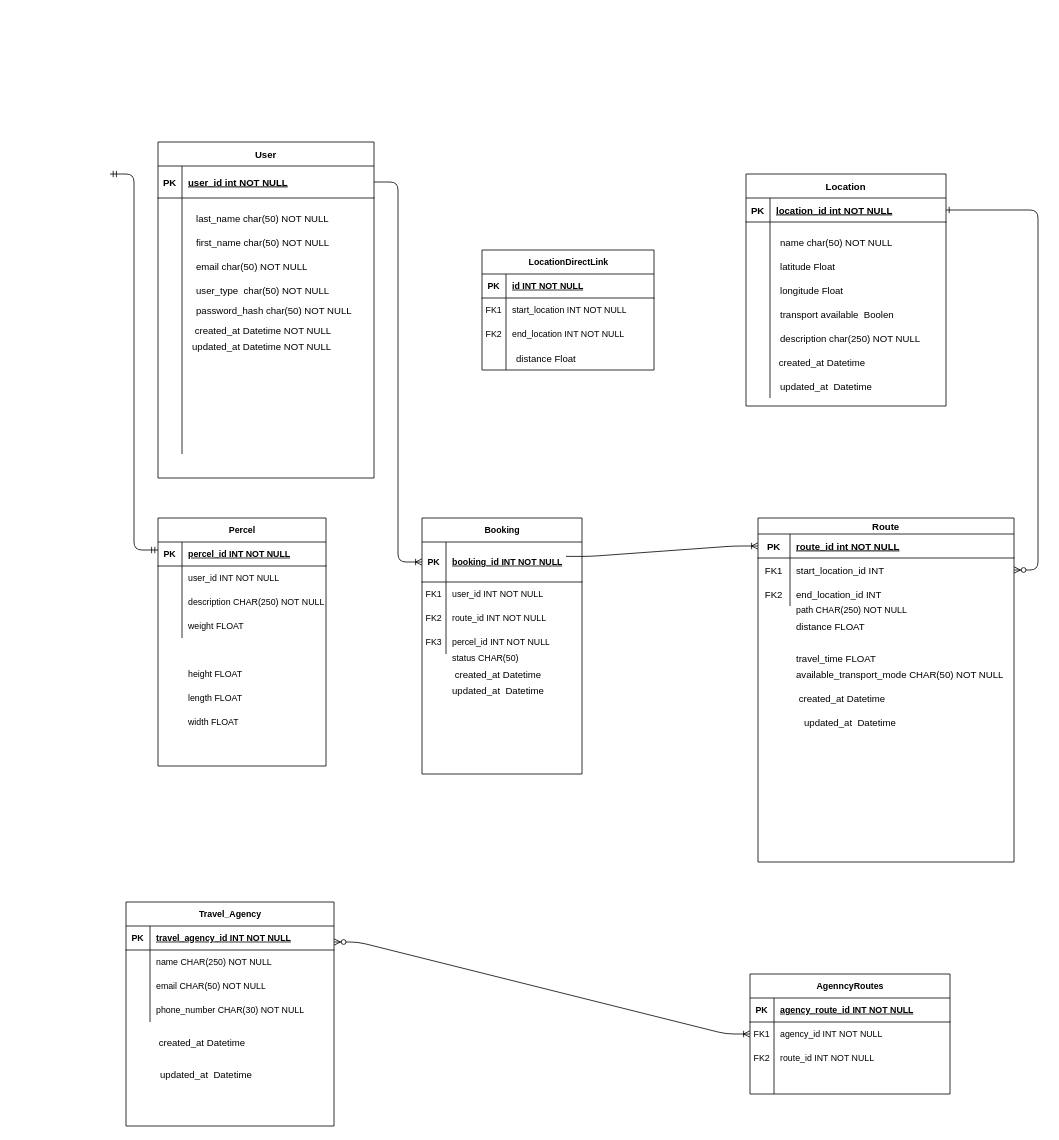
The draw.io diagram Untitled Diagram.drawio in OumaSylvester/NewspaperApp, before the edit. Source tidied: cells renumbered, new cells numbered last; positions are measured from the earlier drawing's top-left corner, leaving out a move shared by most shapes. Both pictures are drawn from the tidied source at 80%, with x=0, y=0 at pixel (110, 142).
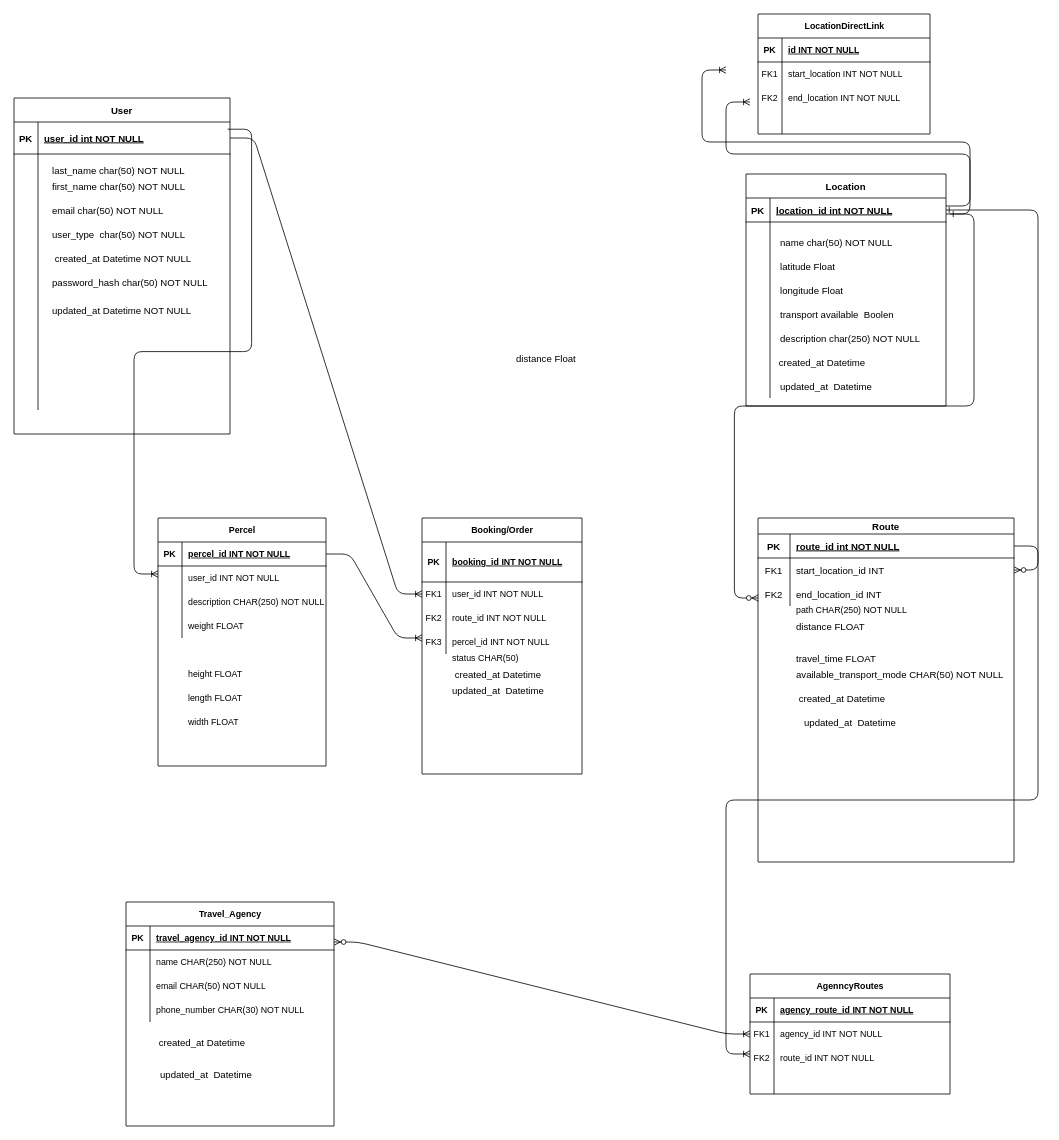
After the change.

The change refers to these unchanged cells:
```xml
<mxCell id="14" style="shape=partialRectangle;fillColor=none;points=[[0,0.5],[1,0.5]];portConstraint=eastwest;top=0;left=0;right=0;bottom=1;" parent="13" vertex="1">
  <mxGeometry y="20" width="320" height="30" as="geometry" />
</mxCell>
<mxCell id="24" style="shape=partialRectangle;fillColor=none;points=[[0,0.5],[1,0.5]];portConstraint=eastwest;top=0;left=0;right=0;bottom=1;" parent="23" vertex="1">
  <mxGeometry y="30" width="270" height="40" as="geometry" />
</mxCell>
<mxCell id="47" style="shape=tableRow;horizontal=0;startSize=0;swimlaneHead=0;swimlaneBody=0;fillColor=none;points=[[0,0.5],[1,0.5]];portConstraint=eastwest;top=0;left=0;right=0;bottom=1;fontFamily=Helvetica;fontSize=11;fontColor=default;labelBackgroundColor=default;" parent="46" vertex="1">
  <mxGeometry y="30" width="200" height="50" as="geometry" />
</mxCell>
<mxCell id="50" style="shape=tableRow;horizontal=0;startSize=0;swimlaneHead=0;swimlaneBody=0;fillColor=none;points=[[0,0.5],[1,0.5]];portConstraint=eastwest;top=0;left=0;right=0;bottom=0;fontFamily=Helvetica;fontSize=11;fontColor=default;labelBackgroundColor=default;" parent="46" vertex="1">
  <mxGeometry y="80" width="200" height="30" as="geometry" />
</mxCell>
<mxCell id="65" style="shape=tableRow;horizontal=0;startSize=0;swimlaneHead=0;swimlaneBody=0;fillColor=none;points=[[0,0.5],[1,0.5]];portConstraint=eastwest;top=0;left=0;right=0;bottom=1;fontFamily=Helvetica;fontSize=11;fontColor=default;labelBackgroundColor=default;" parent="64" vertex="1">
  <mxGeometry y="30" width="210" height="30" as="geometry" />
</mxCell>
```

Change to the diagram source:
```diff
@@
     <mxCell id="23" value="User" style="shape=table;startSize=30;childLayout=tableLayout;rowLines=0;fontStyle=1;align=center;" parent="1" vertex="1">
-      <mxGeometry x="60" width="270" height="420" as="geometry" />
+      <mxGeometry x="-120" y="-55" width="270" height="420" as="geometry" />
     </mxCell>
@@
     <mxCell id="30" value="last_name char(50) NOT NULL" style="shape=partialRectangle;overflow=hidden;fillColor=none;top=0;left=0;bottom=0;right=0;align=left;spacingLeft=6;" parent="1" vertex="1">
-      <mxGeometry x="100" y="80" width="220" height="30" as="geometry" />
+      <mxGeometry x="-80" y="20" width="220" height="30" as="geometry" />
     </mxCell>
     <mxCell id="31" value="email char(50) NOT NULL" style="shape=partialRectangle;overflow=hidden;fillColor=none;top=0;left=0;bottom=0;right=0;align=left;spacingLeft=6;" parent="1" vertex="1">
-      <mxGeometry x="100" y="140" width="210" height="30" as="geometry" />
+      <mxGeometry x="-80" y="70" width="210" height="30" as="geometry" />
     </mxCell>
     <mxCell id="32" value="user_type  char(50) NOT NULL" style="shape=partialRectangle;overflow=hidden;fillColor=none;top=0;left=0;bottom=0;right=0;align=left;spacingLeft=6;" parent="1" vertex="1">
-      <mxGeometry x="100" y="170" width="220" height="30" as="geometry" />
+      <mxGeometry x="-80" y="100" width="220" height="30" as="geometry" />
     </mxCell>
     <mxCell id="33" value="password_hash char(50) NOT NULL" style="shape=partialRectangle;overflow=hidden;fillColor=none;top=0;left=0;bottom=0;right=0;align=left;spacingLeft=6;" parent="1" vertex="1">
-      <mxGeometry x="100" y="195" width="220" height="30" as="geometry" />
+      <mxGeometry x="-80" y="160" width="220" height="30" as="geometry" />
     </mxCell>
     <mxCell id="34" value="first_name char(50) NOT NULL" style="shape=partialRectangle;overflow=hidden;fillColor=none;top=0;left=0;bottom=0;right=0;align=left;spacingLeft=6;" parent="1" vertex="1">
-      <mxGeometry x="100" y="110" width="220" height="30" as="geometry" />
+      <mxGeometry x="-80" y="40" width="220" height="30" as="geometry" />
     </mxCell>
     <mxCell id="35" value="updated_at Datetime NOT NULL" style="shape=partialRectangle;overflow=hidden;fillColor=none;top=0;left=0;bottom=0;right=0;align=left;spacingLeft=6;" parent="1" vertex="1">
-      <mxGeometry x="95" y="240" width="220" height="30" as="geometry" />
+      <mxGeometry x="-80" y="195" width="220" height="30" as="geometry" />
     </mxCell>
@@
-    <mxCell id="46" value="Booking" style="shape=table;startSize=30;childLayout=tableLayout;rowLines=0;fontStyle=1;align=center;html=1;fontFamily=Helvetica;fontSize=11;fontColor=default;labelBackgroundColor=default;" parent="1" vertex="1">
+    <mxCell id="46" value="Booking/Order" style="shape=table;startSize=30;childLayout=tableLayout;rowLines=0;fontStyle=1;align=center;html=1;fontFamily=Helvetica;fontSize=11;fontColor=default;labelBackgroundColor=default;" parent="1" vertex="1">
       <mxGeometry x="390" y="470" width="200" height="320" as="geometry" />
     </mxCell>
@@
     <mxCell id="108" value=" created_at Datetime NOT NULL" style="shape=partialRectangle;overflow=hidden;fillColor=none;top=0;left=0;bottom=0;right=0;align=left;spacingLeft=6;" parent="1" vertex="1">
-      <mxGeometry x="95" y="220" width="220" height="30" as="geometry" />
+      <mxGeometry x="-80" y="130" width="220" height="30" as="geometry" />
     </mxCell>
@@
-    <mxCell id="110" style="edgeStyle=entityRelationEdgeStyle;fontSize=12;html=1;endArrow=ERmandOne;startArrow=ERmandOne;rounded=1;strokeColor=default;align=center;verticalAlign=middle;fontFamily=Helvetica;fontColor=default;labelBackgroundColor=default;" parent="1" edge="1">
-      <mxGeometry relative="1" as="geometry">
-        <mxPoint y="40" as="sourcePoint" />
-        <mxPoint x="60" y="510" as="targetPoint" />
-      </mxGeometry>
-    </mxCell>
-    <mxCell id="111" style="edgeStyle=entityRelationEdgeStyle;fontSize=12;html=1;endArrow=ERoneToMany;rounded=1;strokeColor=default;align=center;verticalAlign=middle;fontFamily=Helvetica;fontColor=default;labelBackgroundColor=default;entryX=0;entryY=0.5;entryDx=0;entryDy=0;" parent="1" edge="1" target="47">
-      <mxGeometry relative="1" as="geometry">
-        <mxPoint x="330" y="50" as="sourcePoint" />
-      </mxGeometry>
+    <mxCell id="111" style="edgeStyle=entityRelationEdgeStyle;fontSize=12;html=1;endArrow=ERoneToMany;rounded=1;strokeColor=default;align=center;verticalAlign=middle;fontFamily=Helvetica;fontColor=default;labelBackgroundColor=default;entryX=0;entryY=0.5;entryDx=0;entryDy=0;exitX=1;exitY=0.5;exitDx=0;exitDy=0;" parent="1" edge="1" source="24" target="50">
+      <mxGeometry relative="1" as="geometry" />
     </mxCell>
-    <mxCell id="112" style="edgeStyle=entityRelationEdgeStyle;fontSize=12;html=1;endArrow=ERoneToMany;rounded=1;strokeColor=default;align=center;verticalAlign=middle;fontFamily=Helvetica;fontColor=default;labelBackgroundColor=default;entryX=0;entryY=0.5;entryDx=0;entryDy=0;" parent="1" edge="1" target="14">
-      <mxGeometry relative="1" as="geometry">
-        <mxPoint x="570" y="518" as="sourcePoint" />
-        <Array as="points">
-          <mxPoint x="590" y="520" />
-        </Array>
-      </mxGeometry>
-    </mxCell>
     <mxCell id="113" value="LocationDirectLink" style="shape=table;startSize=30;childLayout=tableLayout;rowLines=0;fontStyle=1;align=center;html=1;fontFamily=Helvetica;fontSize=11;fontColor=default;labelBackgroundColor=default;" parent="1" vertex="1">
-      <mxGeometry x="465" y="135" width="215" height="150" as="geometry" />
+      <mxGeometry x="810" y="-160" width="215" height="150" as="geometry" />
     </mxCell>
@@
+    <mxCell id="130" style="edgeStyle=entityRelationEdgeStyle;fontSize=12;html=1;endArrow=ERoneToMany;rounded=1;strokeColor=default;align=center;verticalAlign=middle;fontFamily=Helvetica;fontColor=default;labelBackgroundColor=default;exitX=1;exitY=0.5;exitDx=0;exitDy=0;" parent="1" edge="1" source="65">
+      <mxGeometry relative="1" as="geometry">
+        <mxPoint x="390" y="620" as="targetPoint" />
+      </mxGeometry>
+    </mxCell>
+    <mxCell id="131" style="edgeStyle=entityRelationEdgeStyle;fontSize=12;html=1;endArrow=ERoneToMany;rounded=1;strokeColor=default;align=center;verticalAlign=middle;fontFamily=Helvetica;fontColor=default;labelBackgroundColor=default;exitX=0.989;exitY=0.225;exitDx=0;exitDy=0;exitPerimeter=0;" parent="1" edge="1" source="24">
+      <mxGeometry relative="1" as="geometry">
+        <mxPoint x="60" y="540" as="targetPoint" />
+        <Array as="points">
+          <mxPoint y="40" />
+        </Array>
+      </mxGeometry>
+    </mxCell>
+    <mxCell id="132" style="edgeStyle=entityRelationEdgeStyle;endArrow=ERzeroToMany;startArrow=ERone;endFill=1;startFill=0;" parent="1" edge="1">
+      <mxGeometry relative="1" as="geometry">
+        <mxPoint x="1050" y="90" as="sourcePoint" />
+        <mxPoint x="810.5" y="570" as="targetPoint" />
+      </mxGeometry>
+    </mxCell>
+    <mxCell id="133" style="edgeStyle=entityRelationEdgeStyle;fontSize=12;html=1;endArrow=ERoneToMany;rounded=1;strokeColor=default;align=center;verticalAlign=middle;fontFamily=Helvetica;fontColor=default;labelBackgroundColor=default;exitX=1;exitY=0.5;exitDx=0;exitDy=0;" parent="1" edge="1" source="14">
+      <mxGeometry relative="1" as="geometry">
+        <mxPoint x="800" y="1140" as="targetPoint" />
+      </mxGeometry>
+    </mxCell>
+    <mxCell id="134" style="edgeStyle=entityRelationEdgeStyle;fontSize=12;html=1;endArrow=ERoneToMany;rounded=1;strokeColor=default;align=center;verticalAlign=middle;fontFamily=Helvetica;fontColor=default;labelBackgroundColor=default;" parent="1" edge="1">
+      <mxGeometry relative="1" as="geometry">
+        <mxPoint x="1045" y="80" as="sourcePoint" />
+        <mxPoint x="800" y="-50" as="targetPoint" />
+      </mxGeometry>
+    </mxCell>
+    <mxCell id="135" style="edgeStyle=entityRelationEdgeStyle;fontSize=12;html=1;endArrow=ERoneToMany;rounded=1;strokeColor=default;align=center;verticalAlign=middle;fontFamily=Helvetica;fontColor=default;labelBackgroundColor=default;" parent="1" edge="1">
+      <mxGeometry relative="1" as="geometry">
+        <mxPoint x="1045" y="90" as="sourcePoint" />
+        <mxPoint x="770" y="-90" as="targetPoint" />
+      </mxGeometry>
+    </mxCell>
```
